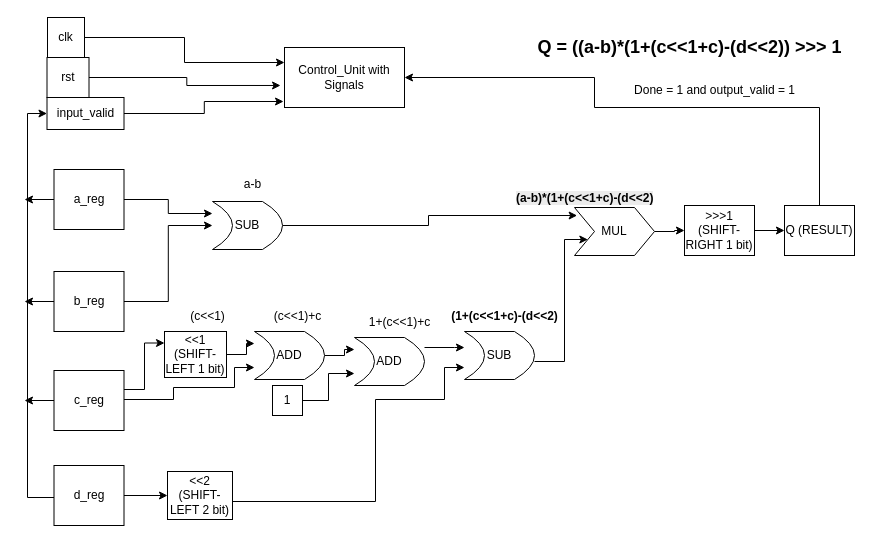
Almas00222/TestYADRO keeps this draw.io diagram as Q_equation_Diagram.drawio. Above is the earlier version. Source tidied: cells renumbered, new cells numbered last; positions are measured from the earlier drawing's top-left corner, leaving out a move shared by most shapes. Both pictures are drawn from the tidied source at 100%, with x=0, y=0 at pixel (24, 17).
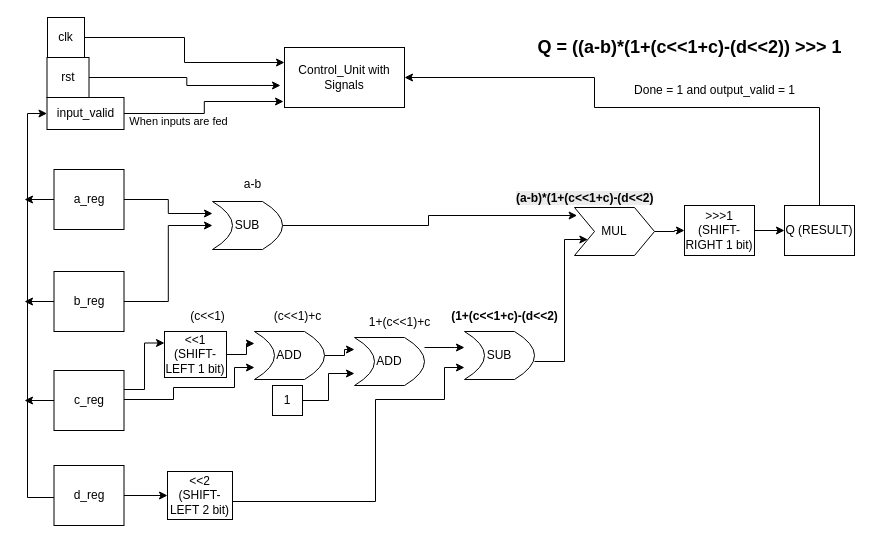
The same page after the edit.

The change refers to these unchanged cells:
```xml
<mxCell id="48" style="edgeStyle=orthogonalEdgeStyle;rounded=0;jettySize=auto;html=1;entryX=-0.008;entryY=0.9;entryDx=0;entryDy=0;entryPerimeter=0;" parent="1" edge="1" source="47" target="2">
  <mxGeometry relative="1" as="geometry" />
</mxCell>
```

Change to the diagram source:
```diff
@@
+    <mxCell id="50" value="When inputs are fed" style="edgeLabel;html=1;align=center;verticalAlign=middle;" parent="48" vertex="1">
+      <mxGeometry x="-0.24" y="-1" relative="1" as="geometry">
+        <mxPoint x="-11" y="6" as="offset" />
+      </mxGeometry>
+    </mxCell>
```
